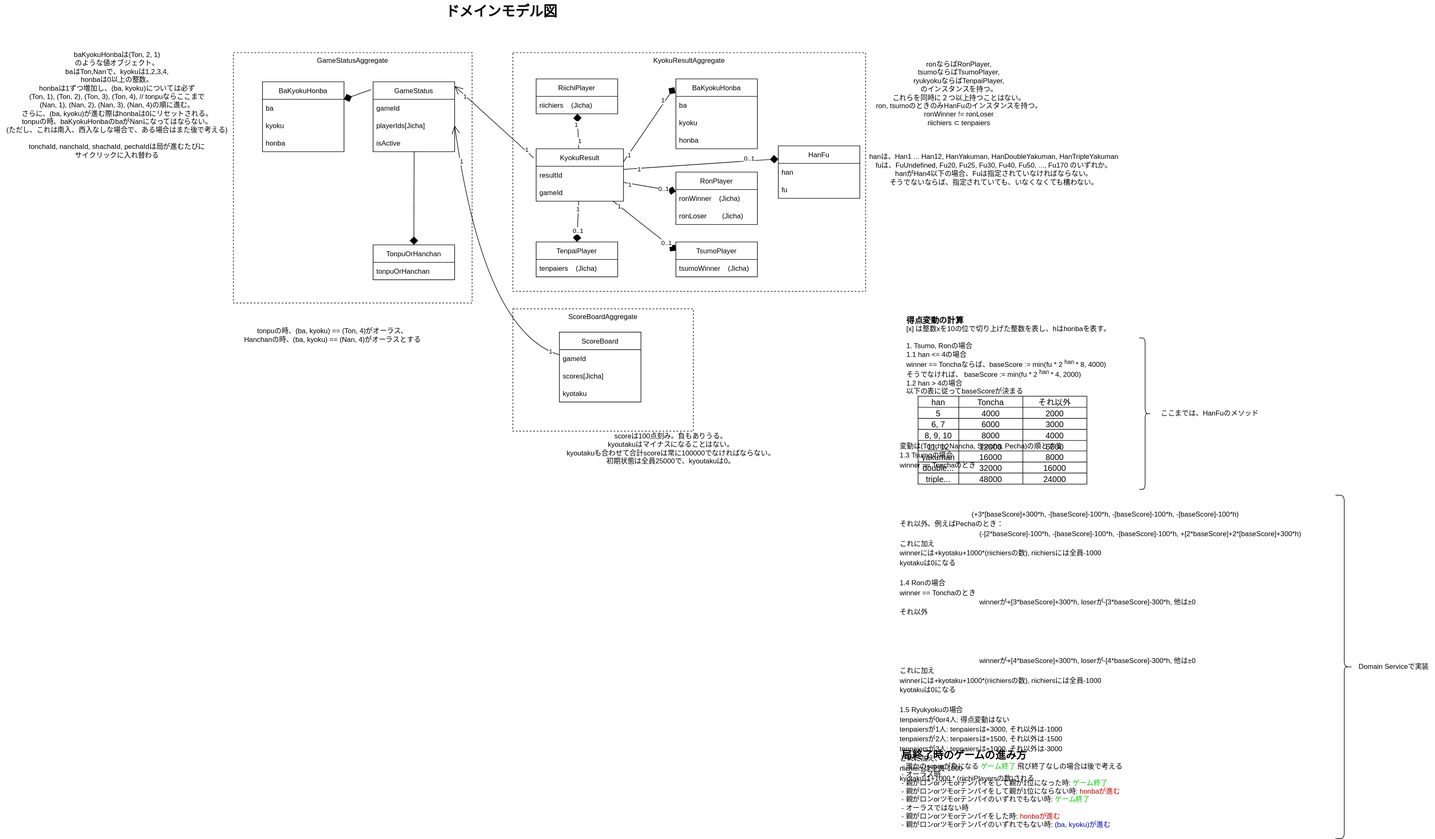
Above: docs/model.drawio.svg in landcelita/mahjong-management-bot (draw.io), before the change. Source tidied: cells renumbered, new cells last; positions are measured from the earlier drawing's top-left corner, leaving out a move shared by most shapes.
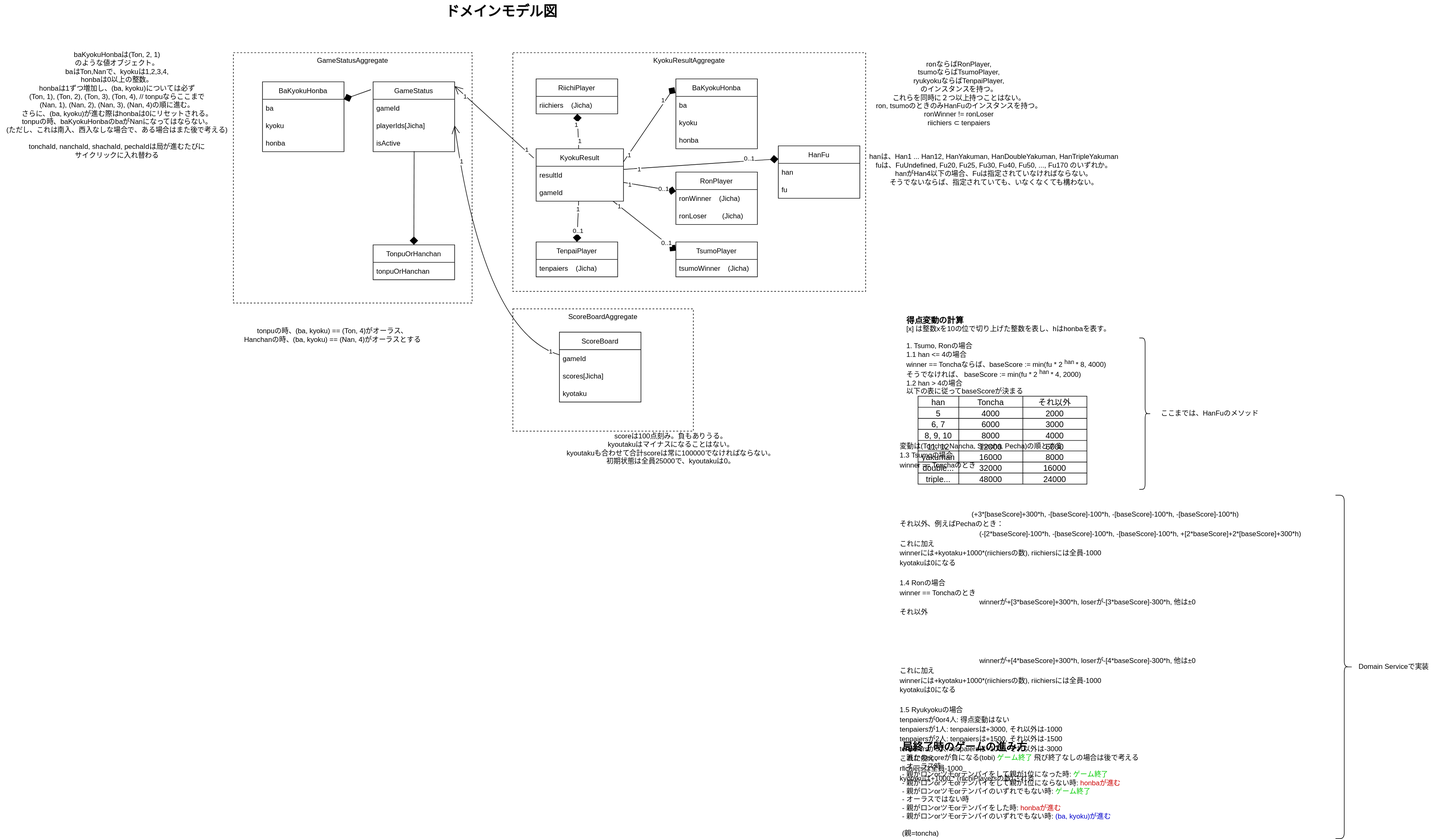
Above is the later version.

Commit message:
モデル図更新

Diff of the diagram source:
```diff
@@ -183,8 +183,8 @@
     <mxCell id="60" value="&lt;div&gt;&lt;span&gt;baKyokuHonbaは(Ton, 2, 1)&lt;/span&gt;&lt;br&gt;&lt;/div&gt;&lt;div&gt;のような値オブジェクト。&lt;/div&gt;&lt;div&gt;baはTon,Nanで、kyokuは1,2,3,4,&lt;/div&gt;&lt;div&gt;honbaは0以上の整数。&lt;/div&gt;&lt;div&gt;honbaは1ずつ増加し、(ba, kyoku)については必ず&lt;/div&gt;&lt;div&gt;(Ton, 1), (Ton, 2), (Ton, 3), (Ton, 4), // tonpuならここまで&lt;/div&gt;&lt;div&gt;(Nan, 1), (Nan, 2), (Nan, 3), (Nan, 4)の順に進む。&lt;/div&gt;&lt;div&gt;さらに、(ba, kyoku)が進む際はhonbaは0にリセットされる。&lt;/div&gt;&lt;div&gt;tonpuの時、baKyokuHonbaのbaがNanになってはならない。&lt;/div&gt;&lt;div&gt;(ただし、これは南入、西入なしな場合で、ある場合はまた後で考える)&lt;/div&gt;&lt;div&gt;&lt;br&gt;&lt;/div&gt;&lt;div&gt;tonchaId, nanchaId, shachaId, pechaIdは局が進むたびに&lt;/div&gt;&lt;div&gt;サイクリックに入れ替わる&lt;/div&gt;" style="text;html=1;align=center;verticalAlign=middle;strokeColor=none;fillColor=none;" parent="1" vertex="1">
       <mxGeometry y="85" width="400" height="190" as="geometry" />
     </mxCell>
-    <mxCell id="61" value="&lt;div&gt;&lt;font size=&quot;1&quot;&gt;&lt;b style=&quot;font-size: 18px&quot;&gt;局終了時のゲームの進み方&lt;/b&gt;&lt;/font&gt;&lt;/div&gt;&lt;div&gt;- 誰かのscoreが負になる　&lt;font color=&quot;#00cc00&quot;&gt;ゲーム終了&lt;/font&gt;　&lt;span&gt;飛び終了なしの場合は後で考える&lt;/span&gt;&lt;/div&gt;&lt;div&gt;- オーラス時&lt;/div&gt;&lt;div&gt;&amp;nbsp; - 親がロンorツモorテンパイをして親が1位になった時:　&lt;font color=&quot;#00cc00&quot;&gt;ゲーム終了&lt;/font&gt;&lt;/div&gt;&lt;div&gt;&amp;nbsp; - 親がロンorツモorテンパイをして親が1位にならない時:　&lt;font color=&quot;#cc0000&quot;&gt;honbaが進む&lt;/font&gt;&lt;/div&gt;&lt;div&gt;&amp;nbsp; - 親がロンorツモorテンパイのいずれでもない時:　&lt;font color=&quot;#00cc00&quot;&gt;ゲーム終了&lt;/font&gt;&lt;/div&gt;&lt;div&gt;- オーラスではない時&lt;/div&gt;&lt;div&gt;&amp;nbsp; - 親がロンorツモorテンパイをした時:　&lt;font color=&quot;#cc0000&quot;&gt;honbaが進む&lt;/font&gt;&lt;/div&gt;&lt;div&gt;&amp;nbsp; - 親がロンorツモorテンパイのいずれでもない時:　&lt;font color=&quot;#0000cc&quot;&gt;(ba, kyoku)が進む&lt;/font&gt;&lt;/div&gt;" style="text;html=1;align=left;verticalAlign=middle;strokeColor=none;fillColor=none;" parent="1" vertex="1">
-      <mxGeometry x="1546" y="1290" width="410" height="130" as="geometry" />
+    <mxCell id="61" value="&lt;div&gt;&lt;font size=&quot;1&quot;&gt;&lt;b style=&quot;font-size: 18px&quot;&gt;局終了時のゲームの進み方&lt;/b&gt;&lt;/font&gt;&lt;/div&gt;&lt;div&gt;- 誰かのscoreが負になる(tobi)　&lt;font color=&quot;#00cc00&quot;&gt;ゲーム終了&lt;/font&gt;　&lt;span&gt;飛び終了なしの場合は後で考える&lt;/span&gt;&lt;/div&gt;&lt;div&gt;- オーラス時&lt;/div&gt;&lt;div&gt;&amp;nbsp; - 親がロンorツモorテンパイをして親が1位になった時:　&lt;font color=&quot;#00cc00&quot;&gt;ゲーム終了&lt;/font&gt;&lt;/div&gt;&lt;div&gt;&amp;nbsp; - 親がロンorツモorテンパイをして親が1位にならない時:　&lt;font color=&quot;#cc0000&quot;&gt;honbaが進む&lt;/font&gt;&lt;/div&gt;&lt;div&gt;&amp;nbsp; - 親がロンorツモorテンパイのいずれでもない時:　&lt;font color=&quot;#00cc00&quot;&gt;ゲーム終了&lt;/font&gt;&lt;/div&gt;&lt;div&gt;- オーラスではない時&lt;/div&gt;&lt;div&gt;&amp;nbsp; - 親がロンorツモorテンパイをした時:　&lt;font color=&quot;#cc0000&quot;&gt;honbaが進む&lt;/font&gt;&lt;/div&gt;&lt;div&gt;&amp;nbsp; - 親がロンorツモorテンパイのいずれでもない時:　&lt;font color=&quot;#0000cc&quot;&gt;(ba, kyoku)が進む&lt;/font&gt;&lt;/div&gt;&lt;div&gt;&lt;font color=&quot;#0000cc&quot;&gt;&lt;br&gt;&lt;/font&gt;&lt;/div&gt;&lt;div&gt;(親=toncha)&lt;/div&gt;" style="text;html=1;align=left;verticalAlign=middle;strokeColor=none;fillColor=none;" parent="1" vertex="1">
+      <mxGeometry x="1547" y="1275" width="440" height="160" as="geometry" />
     </mxCell>
     <mxCell id="62" value="ronならばRonPlayer,&lt;br&gt;tsumoならばTsumoPlayer,&lt;br&gt;ryukyokuならばTenpaiPlayer,&lt;br&gt;のインスタンスを持つ。&lt;br&gt;これらを同時に２つ以上持つことはない。&lt;br&gt;ron, tsumoのときのみHanFuのインスタンスを持つ。&lt;br&gt;ronWinner != ronLoser&lt;br&gt;riichiers ⊂ tenpaiers" style="text;html=1;align=center;verticalAlign=middle;strokeColor=none;fillColor=none;fontSize=12;fontColor=#000000;" parent="1" vertex="1">
       <mxGeometry x="1496" y="100" width="300" height="120" as="geometry" />
```
